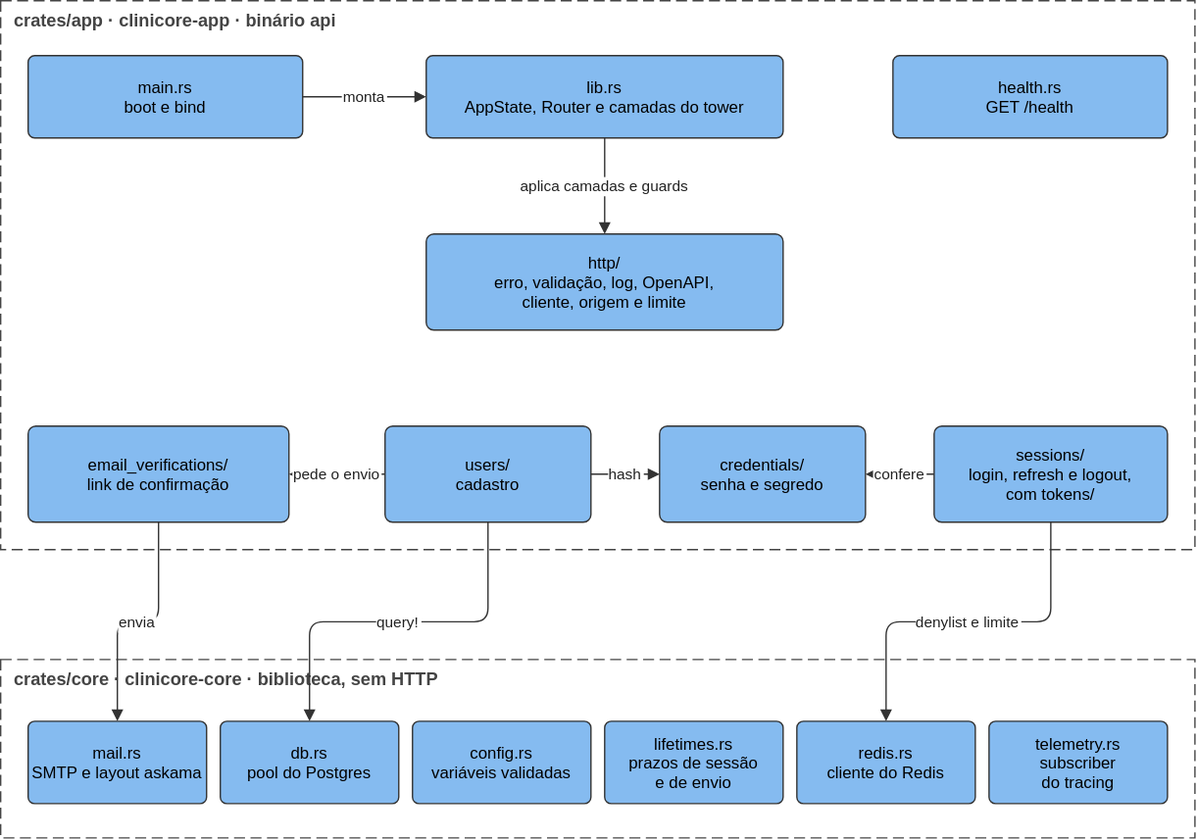
The draw.io diagram docs/architecture/diagrams/components-api.drawio.svg in TheoOdawara/clinicore, before a commit. Source tidied: cells renumbered, new cells last; positions are measured from the earlier drawing's top-left corner, leaving out a move shared by most shapes.
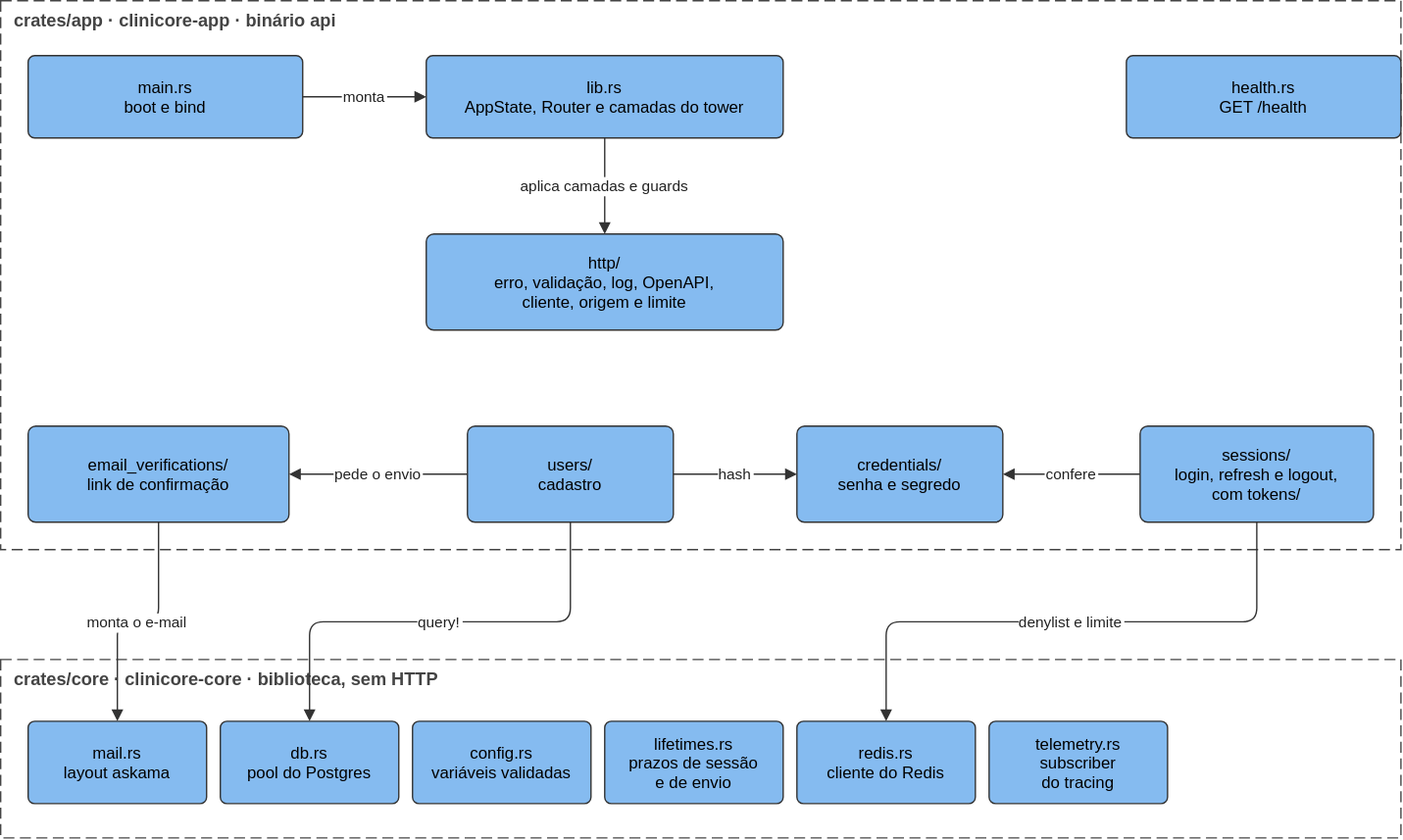
After the commit.

Diff of the diagram source:
```diff
@@ -3,7 +3,7 @@
     <mxCell id="0" />
     <mxCell id="1" parent="0" />
     <mxCell id="2" value="crates/app · clinicore-app · binário api" style="rounded=0;html=0;fillColor=none;strokeColor=#444444;dashed=1;dashPattern=8 4;fontSize=13;fontStyle=1;verticalAlign=top;align=left;spacingLeft=8;fontColor=#444444;" parent="1" vertex="1">
-      <mxGeometry width="870" height="400" as="geometry" />
+      <mxGeometry width="1020" height="400" as="geometry" />
     </mxCell>
     <mxCell id="3" value="main.rs&#10;boot e bind" style="rounded=1;arcSize=8;html=0;fillColor=#85bbf0;fontColor=#000000;strokeColor=#333333;fontSize=12;" parent="1" vertex="1">
       <mxGeometry x="20" y="40" width="200" height="60" as="geometry" />
@@ -12,7 +12,7 @@
       <mxGeometry x="310" y="40" width="260" height="60" as="geometry" />
     </mxCell>
     <mxCell id="5" value="health.rs&#10;GET /health" style="rounded=1;arcSize=8;html=0;fillColor=#85bbf0;fontColor=#000000;strokeColor=#333333;fontSize=12;" parent="1" vertex="1">
-      <mxGeometry x="650" y="40" width="200" height="60" as="geometry" />
+      <mxGeometry x="820" y="40" width="200" height="60" as="geometry" />
     </mxCell>
     <mxCell id="6" value="http/&#10;erro, validação, log, OpenAPI,&#10;cliente, origem e limite" style="rounded=1;arcSize=8;html=0;fillColor=#85bbf0;fontColor=#000000;strokeColor=#333333;fontSize=12;" parent="1" vertex="1">
       <mxGeometry x="310" y="170" width="260" height="70" as="geometry" />
@@ -21,18 +21,18 @@
       <mxGeometry x="20" y="310" width="190" height="70" as="geometry" />
     </mxCell>
     <mxCell id="8" value="users/&#10;cadastro" style="rounded=1;arcSize=8;html=0;fillColor=#85bbf0;fontColor=#000000;strokeColor=#333333;fontSize=12;" parent="1" vertex="1">
-      <mxGeometry x="280" y="310" width="150" height="70" as="geometry" />
+      <mxGeometry x="340" y="310" width="150" height="70" as="geometry" />
     </mxCell>
     <mxCell id="9" value="credentials/&#10;senha e segredo" style="rounded=1;arcSize=8;html=0;fillColor=#85bbf0;fontColor=#000000;strokeColor=#333333;fontSize=12;" parent="1" vertex="1">
-      <mxGeometry x="480" y="310" width="150" height="70" as="geometry" />
+      <mxGeometry x="580" y="310" width="150" height="70" as="geometry" />
     </mxCell>
     <mxCell id="10" value="sessions/&#10;login, refresh e logout,&#10;com tokens/" style="rounded=1;arcSize=8;html=0;fillColor=#85bbf0;fontColor=#000000;strokeColor=#333333;fontSize=12;" parent="1" vertex="1">
-      <mxGeometry x="680" y="310" width="170" height="70" as="geometry" />
+      <mxGeometry x="830" y="310" width="170" height="70" as="geometry" />
     </mxCell>
     <mxCell id="11" value="crates/core · clinicore-core · biblioteca, sem HTTP" style="rounded=0;html=0;fillColor=none;strokeColor=#444444;dashed=1;dashPattern=8 4;fontSize=13;fontStyle=1;verticalAlign=top;align=left;spacingLeft=8;fontColor=#444444;" parent="1" vertex="1">
-      <mxGeometry y="480" width="870" height="130" as="geometry" />
+      <mxGeometry y="480" width="1020" height="130" as="geometry" />
     </mxCell>
-    <mxCell id="12" value="mail.rs&#10;SMTP e layout askama" style="rounded=1;arcSize=8;html=0;fillColor=#85bbf0;fontColor=#000000;strokeColor=#333333;fontSize=12;" parent="1" vertex="1">
+    <mxCell id="12" value="mail.rs&#10;layout askama" style="rounded=1;arcSize=8;html=0;fillColor=#85bbf0;fontColor=#000000;strokeColor=#333333;fontSize=12;" parent="1" vertex="1">
       <mxGeometry x="20" y="525" width="130" height="60" as="geometry" />
     </mxCell>
     <mxCell id="13" value="db.rs&#10;pool do Postgres" style="rounded=1;arcSize=8;html=0;fillColor=#85bbf0;fontColor=#000000;strokeColor=#333333;fontSize=12;" parent="1" vertex="1">
@@ -65,7 +65,7 @@
     <mxCell id="22" value="confere" style="html=0;endArrow=block;endFill=1;strokeColor=#333333;fontSize=11;fontColor=#222222;labelBackgroundColor=#ffffff;edgeStyle=orthogonalEdgeStyle;rounded=1;exitX=0;exitY=0.5;exitDx=0;exitDy=0;entryX=1;entryY=0.5;entryDx=0;entryDy=0;" parent="1" edge="1" source="10" target="9">
       <mxGeometry relative="1" as="geometry" />
     </mxCell>
-    <mxCell id="23" value="envia" style="html=0;endArrow=block;endFill=1;strokeColor=#333333;fontSize=11;fontColor=#222222;labelBackgroundColor=#ffffff;edgeStyle=orthogonalEdgeStyle;rounded=1;exitX=0.5;exitY=1;exitDx=0;exitDy=0;entryX=0.5;entryY=0;entryDx=0;entryDy=0;" parent="1" edge="1" source="7" target="12">
+    <mxCell id="23" value="monta o e-mail" style="html=0;endArrow=block;endFill=1;strokeColor=#333333;fontSize=11;fontColor=#222222;labelBackgroundColor=#ffffff;edgeStyle=orthogonalEdgeStyle;rounded=1;exitX=0.5;exitY=1;exitDx=0;exitDy=0;entryX=0.5;entryY=0;entryDx=0;entryDy=0;" parent="1" edge="1" source="7" target="12">
       <mxGeometry relative="1" as="geometry" />
     </mxCell>
     <mxCell id="24" value="query!" style="html=0;endArrow=block;endFill=1;strokeColor=#333333;fontSize=11;fontColor=#222222;labelBackgroundColor=#ffffff;edgeStyle=orthogonalEdgeStyle;rounded=1;exitX=0.5;exitY=1;exitDx=0;exitDy=0;entryX=0.5;entryY=0;entryDx=0;entryDy=0;" parent="1" edge="1" source="8" target="13">
```
